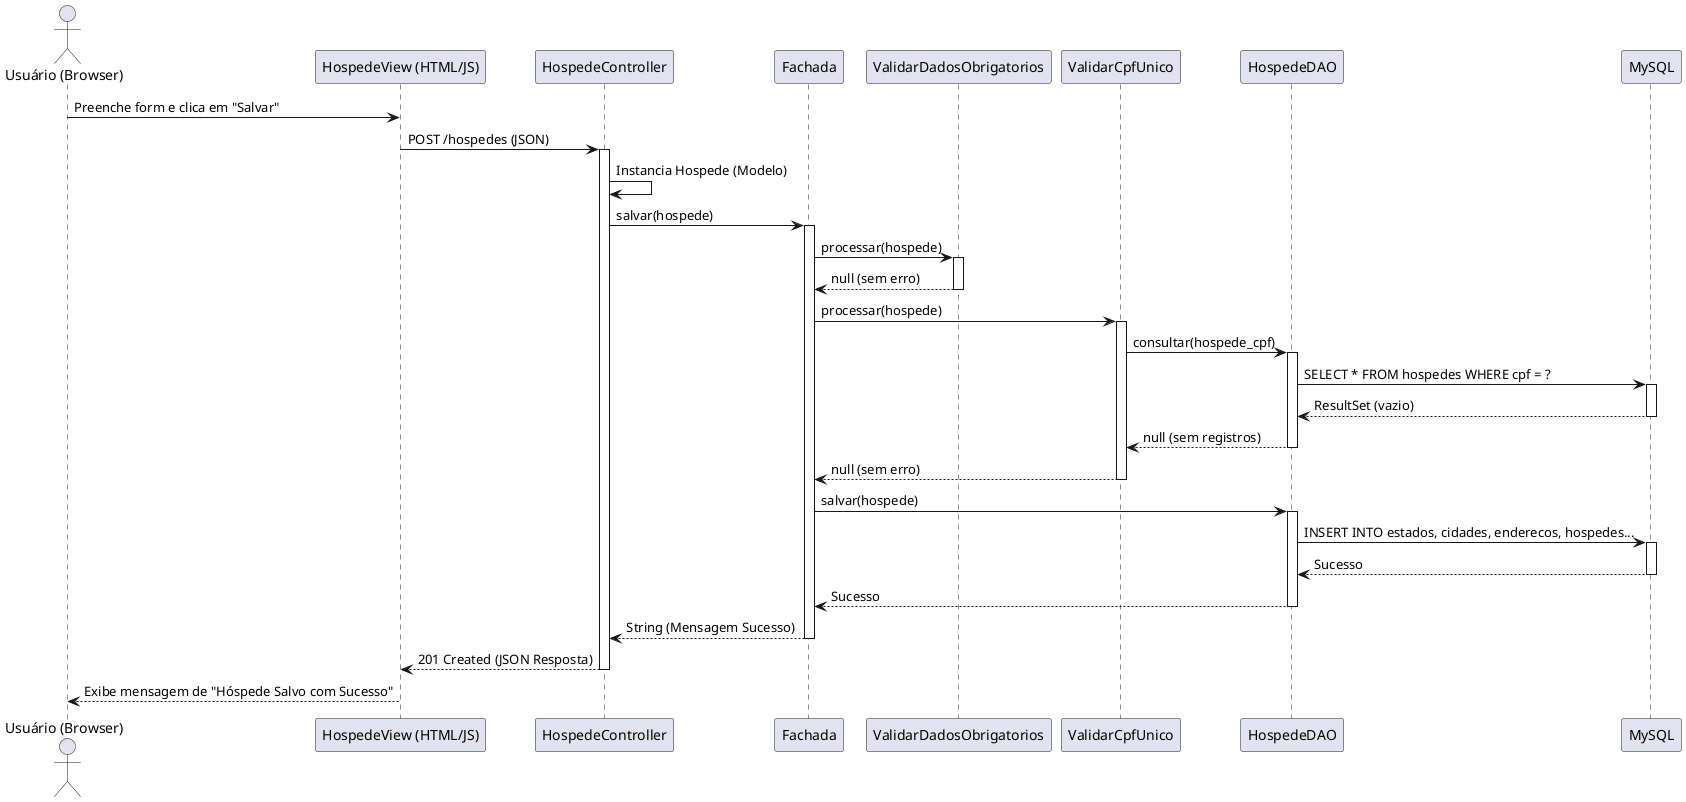
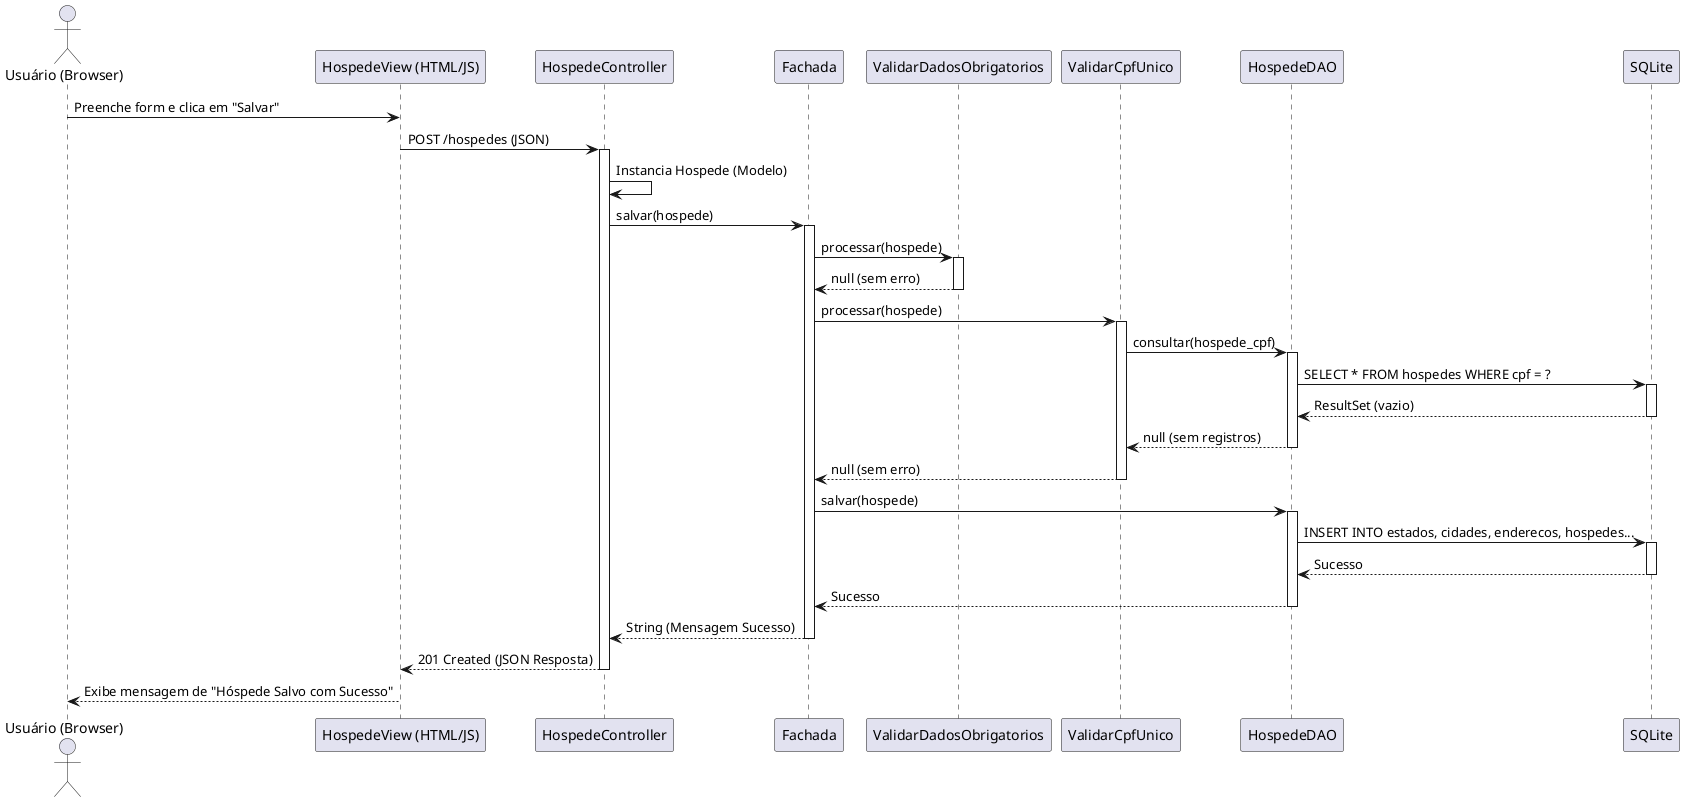
@startuml
actor Cliente as "Usuário (Browser)"
participant View as "HospedeView (HTML/JS)"
participant Controller as "HospedeController"
participant Facade as "Fachada"
participant Strategy1 as "ValidarDadosObrigatorios"
participant Strategy2 as "ValidarCpfUnico"
participant DAO as "HospedeDAO"
- participant DB as "MySQL"
+ participant DB as "SQLite"

Cliente -> View : Preenche form e clica em "Salvar"
View -> Controller : POST /hospedes (JSON)
activate Controller

Controller -> Controller : Instancia Hospede (Modelo)
Controller -> Facade : salvar(hospede)
activate Facade

Facade -> Strategy1 : processar(hospede)
activate Strategy1
Strategy1 --> Facade : null (sem erro)
deactivate Strategy1

Facade -> Strategy2 : processar(hospede)
activate Strategy2
Strategy2 -> DAO : consultar(hospede_cpf)
activate DAO
DAO -> DB : SELECT * FROM hospedes WHERE cpf = ?
activate DB
DB --> DAO : ResultSet (vazio)
deactivate DB
DAO --> Strategy2 : null (sem registros)
deactivate DAO
Strategy2 --> Facade : null (sem erro)
deactivate Strategy2

Facade -> DAO : salvar(hospede)
activate DAO
DAO -> DB : INSERT INTO estados, cidades, enderecos, hospedes...
activate DB
DB --> DAO : Sucesso
deactivate DB
DAO --> Facade : Sucesso
deactivate DAO

Facade --> Controller : String (Mensagem Sucesso)
deactivate Facade

Controller --> View : 201 Created (JSON Resposta)
deactivate Controller

View --> Cliente : Exibe mensagem de "Hóspede Salvo com Sucesso"

@enduml